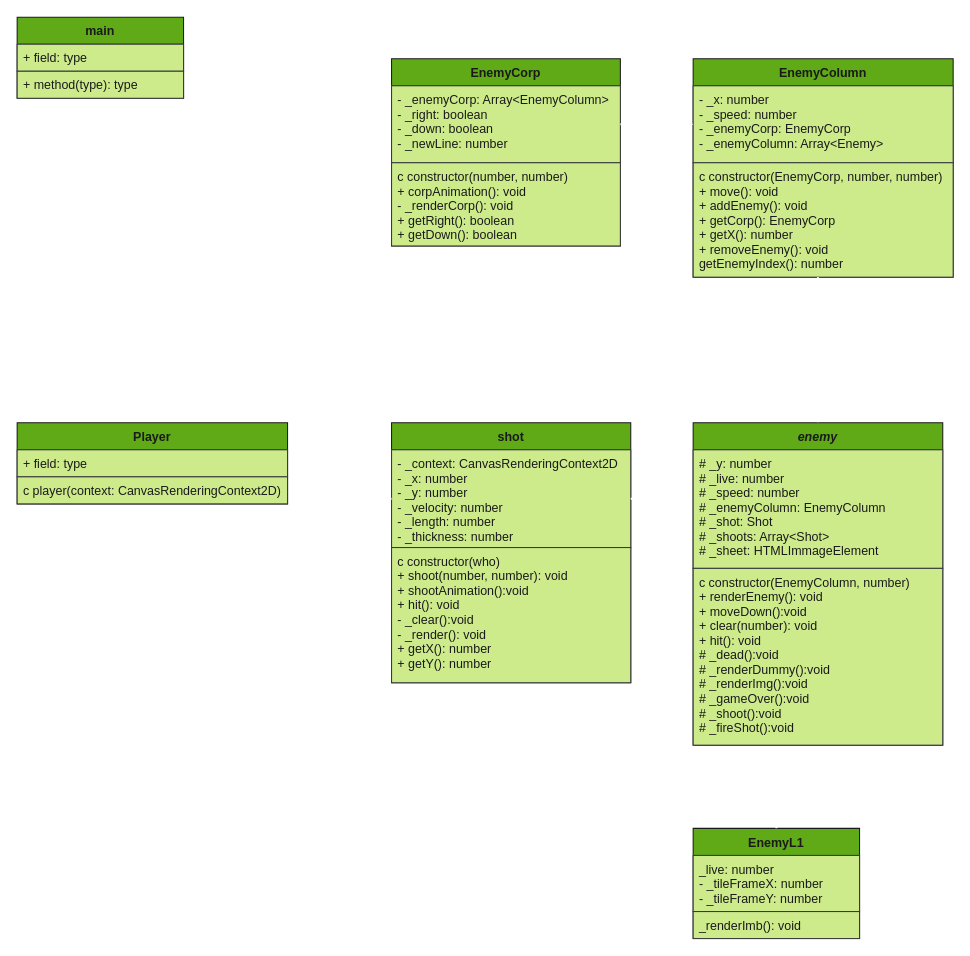
Earlier version of the draw.io diagram uml/uml.drawio (Jim8Knopf/jkons-invader). Source tidied: cells renumbered, new cells numbered last; positions are measured from the earlier drawing's top-left corner, leaving out a move shared by most shapes. Both pictures are drawn from the tidied source at 104%, with x=0, y=0 at pixel (17, 17).
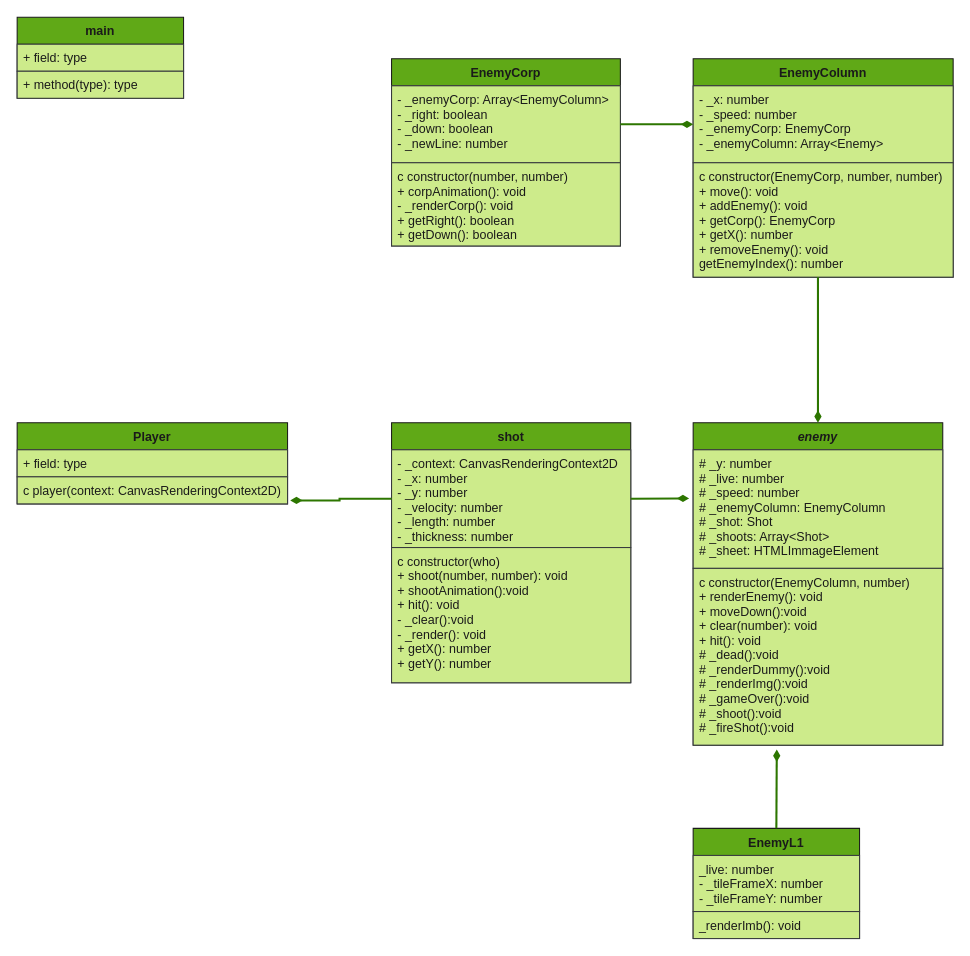
The same page after the edit.

The change refers to these unchanged cells:
```xml
<mxCell id="4" value="c player(context: CanvasRenderingContext2D)" style="text;strokeColor=#36393d;fillColor=#CDEB8B;align=left;verticalAlign=top;spacingLeft=4;spacingRight=4;overflow=hidden;points=[[0,0.5],[1,0.5]];portConstraint=eastwest;fontColor=#1A1A1A;" parent="2" vertex="1">
  <mxGeometry y="52" width="260" height="26" as="geometry" />
</mxCell>
<mxCell id="9" value="- _context: CanvasRenderingContext2D&#10;- _x: number&#10;- _y: number&#10;- _velocity: number&#10;- _length: number&#10;- _thickness: number" style="text;strokeColor=#36393d;align=left;verticalAlign=top;spacingLeft=4;spacingRight=4;overflow=hidden;points=[[0,0.5],[1,0.5]];portConstraint=eastwest;fontColor=#1A1A1A;fillColor=#CDEB8B;noLabel=0;absoluteArcSize=0;backgroundOutline=0;snapToPoint=1;" parent="8" vertex="1">
  <mxGeometry y="26" width="230" height="94" as="geometry" />
</mxCell>
<mxCell id="11" value="enemy" style="swimlane;fontStyle=3;align=center;verticalAlign=top;horizontal=1;startSize=26;fillColor=#60a917;rounded=0;glass=0;shadow=0;sketch=0;labelBackgroundColor=none;fontColor=#1A1A1A;swimlaneFillColor=#CDEB8B;strokeColor=#1A1A1A;" parent="1" vertex="1">
  <mxGeometry x="650" y="390" width="240" height="310" as="geometry" />
</mxCell>
<mxCell id="12" value="# _y: number&#10;# _live: number&#10;# _speed: number&#10;# _enemyColumn: EnemyColumn&#10;# _shot: Shot&#10;# _shoots: Array&lt;Shot&gt;&#10;# _sheet: HTMLImmageElement" style="text;strokeColor=#36393d;align=left;verticalAlign=top;spacingLeft=4;spacingRight=4;overflow=hidden;points=[[0,0.5],[1,0.5]];portConstraint=eastwest;fontColor=#1A1A1A;fillColor=#CDEB8B;" parent="11" vertex="1">
  <mxGeometry y="26" width="240" height="114" as="geometry" />
</mxCell>
<mxCell id="13" value="c constructor(EnemyColumn, number)&#10;+ renderEnemy(): void&#10;+ moveDown():void&#10;+ clear(number): void&#10;+ hit(): void&#10;# _dead():void&#10;# _renderDummy():void&#10;# _renderImg():void&#10;# _gameOver():void&#10;# _shoot():void&#10;# _fireShot():void" style="text;strokeColor=#36393d;fillColor=#cdeb8b;align=left;verticalAlign=top;spacingLeft=4;spacingRight=4;overflow=hidden;points=[[0,0.5],[1,0.5]];portConstraint=eastwest;fontColor=#1A1A1A;" parent="11" vertex="1">
  <mxGeometry y="140" width="240" height="170" as="geometry" />
</mxCell>
<mxCell id="14" value="EnemyL1" style="swimlane;fontStyle=1;align=center;verticalAlign=top;horizontal=1;startSize=26;fillColor=#60a917;rounded=0;glass=0;shadow=0;sketch=0;labelBackgroundColor=none;fontColor=#1A1A1A;swimlaneFillColor=#CDEB8B;strokeColor=#1A1A1A;" parent="1" vertex="1">
  <mxGeometry x="650" y="780" width="160" height="106" as="geometry" />
</mxCell>
<mxCell id="19" value="- _x: number&#10;- _speed: number&#10;- _enemyCorp: EnemyCorp&#10;- _enemyColumn: Array&lt;Enemy&gt;" style="text;strokeColor=#36393d;align=left;verticalAlign=top;spacingLeft=4;spacingRight=4;overflow=hidden;points=[[0,0.5],[1,0.5]];portConstraint=eastwest;fontColor=#1A1A1A;fillColor=#CDEB8B;" parent="18" vertex="1">
  <mxGeometry y="26" width="250" height="74" as="geometry" />
</mxCell>
<mxCell id="20" value="c constructor(EnemyCorp, number, number)&#10;+ move(): void&#10;+ addEnemy(): void&#10;+ getCorp(): EnemyCorp&#10;+ getX(): number&#10;+ removeEnemy(): void&#10;getEnemyIndex(): number" style="text;strokeColor=#36393d;fillColor=#cdeb8b;align=left;verticalAlign=top;spacingLeft=4;spacingRight=4;overflow=hidden;points=[[0,0.5],[1,0.5]];portConstraint=eastwest;fontColor=#1A1A1A;" parent="18" vertex="1">
  <mxGeometry y="100" width="250" height="110" as="geometry" />
</mxCell>
<mxCell id="23" value="- _enemyCorp: Array&lt;EnemyColumn&gt;&#10;- _right: boolean&#10;- _down: boolean&#10;- _newLine: number" style="text;strokeColor=#36393d;align=left;verticalAlign=top;spacingLeft=4;spacingRight=4;overflow=hidden;points=[[0,0.5],[1,0.5]];portConstraint=eastwest;fontColor=#1A1A1A;fillColor=#CDEB8B;" parent="22" vertex="1">
  <mxGeometry y="26" width="220" height="74" as="geometry" />
</mxCell>
```

The edit, as a diff of the source:
```diff
@@
-    <mxCell id="17" style="endArrow=block;endSize=16;endFill=0;html=1;strokeColor=#FFFFFF;strokeWidth=2;exitX=0.5;exitY=0;exitDx=0;exitDy=0;entryX=0.335;entryY=1.025;entryDx=0;entryDy=0;entryPerimeter=0;fontColor=#FFFFFF;labelBackgroundColor=#ffffff;jumpStyle=gap;jumpSize=16;shadow=0;sketch=0;labelBorderColor=#000000;" parent="1" edge="1" source="14" target="13">
+    <mxCell id="17" style="endArrow=diamondThin;endFill=1;html=1;strokeColor=#2D7600;strokeWidth=2;exitX=0.5;exitY=0;exitDx=0;exitDy=0;entryX=0.335;entryY=1.025;entryDx=0;entryDy=0;entryPerimeter=0;fontColor=#1A1A1A;labelBackgroundColor=#2a2a2a;jumpStyle=gap;jumpSize=16;rounded=0;fillColor=#60a917;" parent="1" edge="1" source="14" target="13">
       <mxGeometry relative="1" as="geometry" />
     </mxCell>
@@
-    <mxCell id="21" style="edgeStyle=orthogonalEdgeStyle;rounded=0;jettySize=auto;html=1;entryX=0.5;entryY=0;entryDx=0;entryDy=0;endArrow=diamondThin;endFill=1;fontColor=#1A1A1A;strokeColor=#FFFFFF;strokeWidth=2;jumpStyle=none;exitX=0.48;exitY=1;exitDx=0;exitDy=0;exitPerimeter=0;" parent="1" edge="1" source="20" target="11">
+    <mxCell id="21" style="edgeStyle=orthogonalEdgeStyle;rounded=0;jettySize=auto;html=1;entryX=0.5;entryY=0;entryDx=0;entryDy=0;endArrow=diamondThin;endFill=1;fontColor=#1A1A1A;strokeColor=#2D7600;strokeWidth=2;jumpStyle=none;exitX=0.48;exitY=1;exitDx=0;exitDy=0;exitPerimeter=0;fillColor=#60a917;" parent="1" edge="1" source="20" target="11">
       <mxGeometry relative="1" as="geometry" />
     </mxCell>
@@
-    <mxCell id="25" style="edgeStyle=orthogonalEdgeStyle;rounded=0;jettySize=auto;html=1;entryX=0;entryY=0.5;entryDx=0;entryDy=0;endArrow=diamondThin;endFill=1;fontColor=#1A1A1A;strokeColor=#FFFFFF;strokeWidth=2;jumpStyle=none;exitX=1;exitY=0.5;exitDx=0;exitDy=0;" parent="1" edge="1" source="23" target="19">
+    <mxCell id="25" style="edgeStyle=orthogonalEdgeStyle;rounded=0;jettySize=auto;html=1;entryX=0;entryY=0.5;entryDx=0;entryDy=0;endArrow=diamondThin;endFill=1;fontColor=#1A1A1A;strokeColor=#2D7600;strokeWidth=2;jumpStyle=none;exitX=1;exitY=0.5;exitDx=0;exitDy=0;fillColor=#60a917;" parent="1" edge="1" source="23" target="19">
       <mxGeometry relative="1" as="geometry" />
     </mxCell>
-    <mxCell id="26" style="edgeStyle=orthogonalEdgeStyle;rounded=0;sketch=0;jumpStyle=gap;jumpSize=16;jettySize=auto;html=1;shadow=0;labelBackgroundColor=#ffffff;endArrow=diamondThin;endFill=1;strokeColor=#FFFFFF;strokeWidth=2;fontColor=#FFFFFF;entryX=-0.016;entryY=0.41;entryDx=0;entryDy=0;entryPerimeter=0;" parent="1" edge="1" source="9" target="12">
+    <mxCell id="26" style="edgeStyle=orthogonalEdgeStyle;rounded=0;jumpStyle=gap;jumpSize=16;jettySize=auto;html=1;labelBackgroundColor=#2a2a2a;endArrow=diamondThin;endFill=1;strokeColor=#2D7600;strokeWidth=2;fontColor=#1A1A1A;entryX=-0.016;entryY=0.41;entryDx=0;entryDy=0;entryPerimeter=0;fillColor=#60a917;" parent="1" edge="1" source="9" target="12">
       <mxGeometry relative="1" as="geometry" />
     </mxCell>
-    <mxCell id="27" style="edgeStyle=orthogonalEdgeStyle;rounded=0;sketch=0;jumpStyle=gap;jumpSize=16;jettySize=auto;html=1;shadow=0;labelBackgroundColor=#ffffff;endArrow=diamondThin;endFill=1;strokeColor=#FFFFFF;strokeWidth=2;fontColor=#FFFFFF;entryX=1.01;entryY=0.874;entryDx=0;entryDy=0;entryPerimeter=0;" parent="1" edge="1" source="9" target="4">
+    <mxCell id="27" style="edgeStyle=orthogonalEdgeStyle;rounded=0;jumpStyle=gap;jumpSize=16;jettySize=auto;html=1;labelBackgroundColor=#2a2a2a;endArrow=diamondThin;endFill=1;strokeColor=#2D7600;strokeWidth=2;fontColor=#1A1A1A;entryX=1.01;entryY=0.874;entryDx=0;entryDy=0;entryPerimeter=0;fillColor=#60a917;" parent="1" edge="1" source="9" target="4">
       <mxGeometry relative="1" as="geometry" />
     </mxCell>
```
